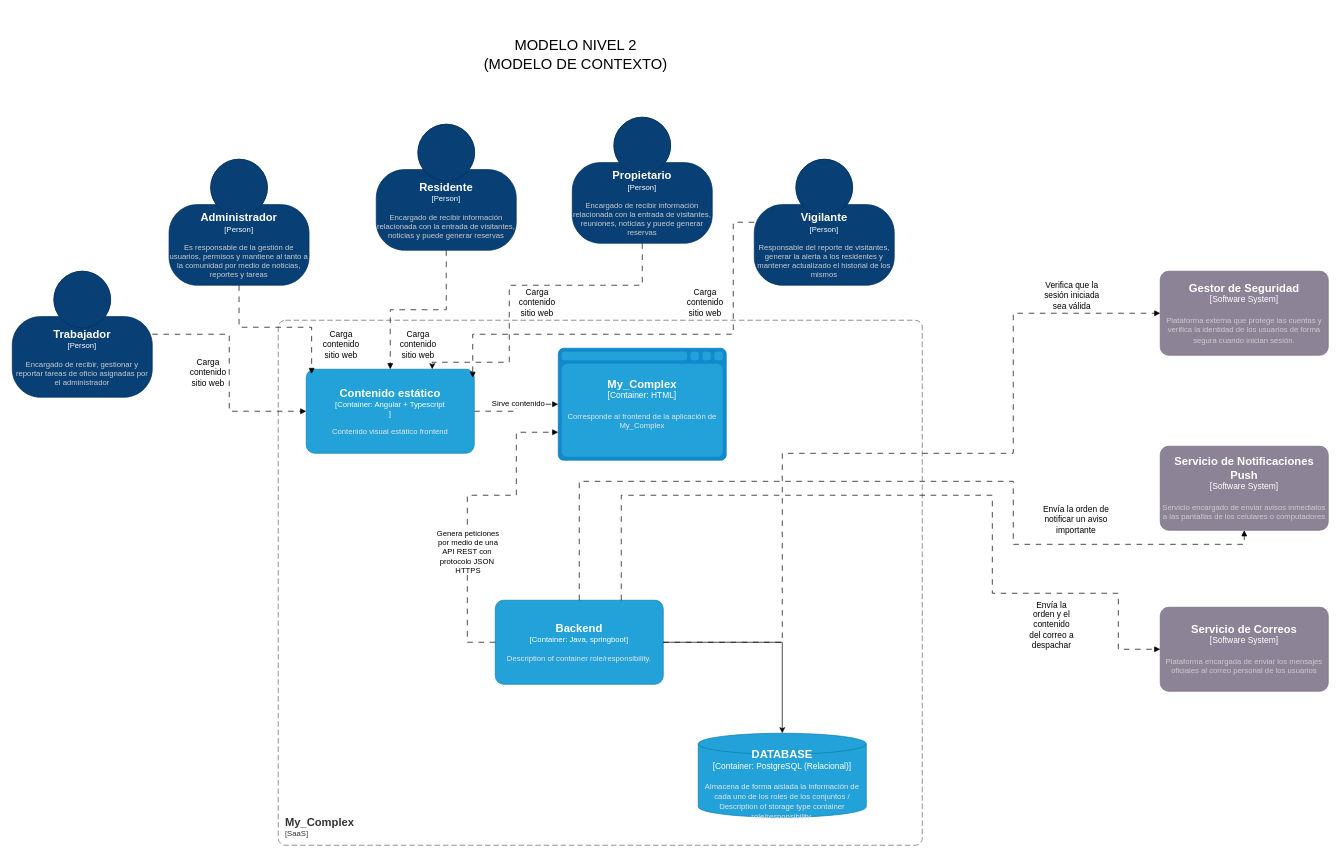
Earlier version of the draw.io diagram Modelo_de_contexto2.drawio (3st3b4nR/Documentacion_My_Complex). Source tidied: cells renumbered, new cells numbered last; positions are measured from the earlier drawing's top-left corner, leaving out a move shared by most shapes. Both pictures are drawn from the tidied source at 70%, with x=0, y=0 at pixel (12, 12).
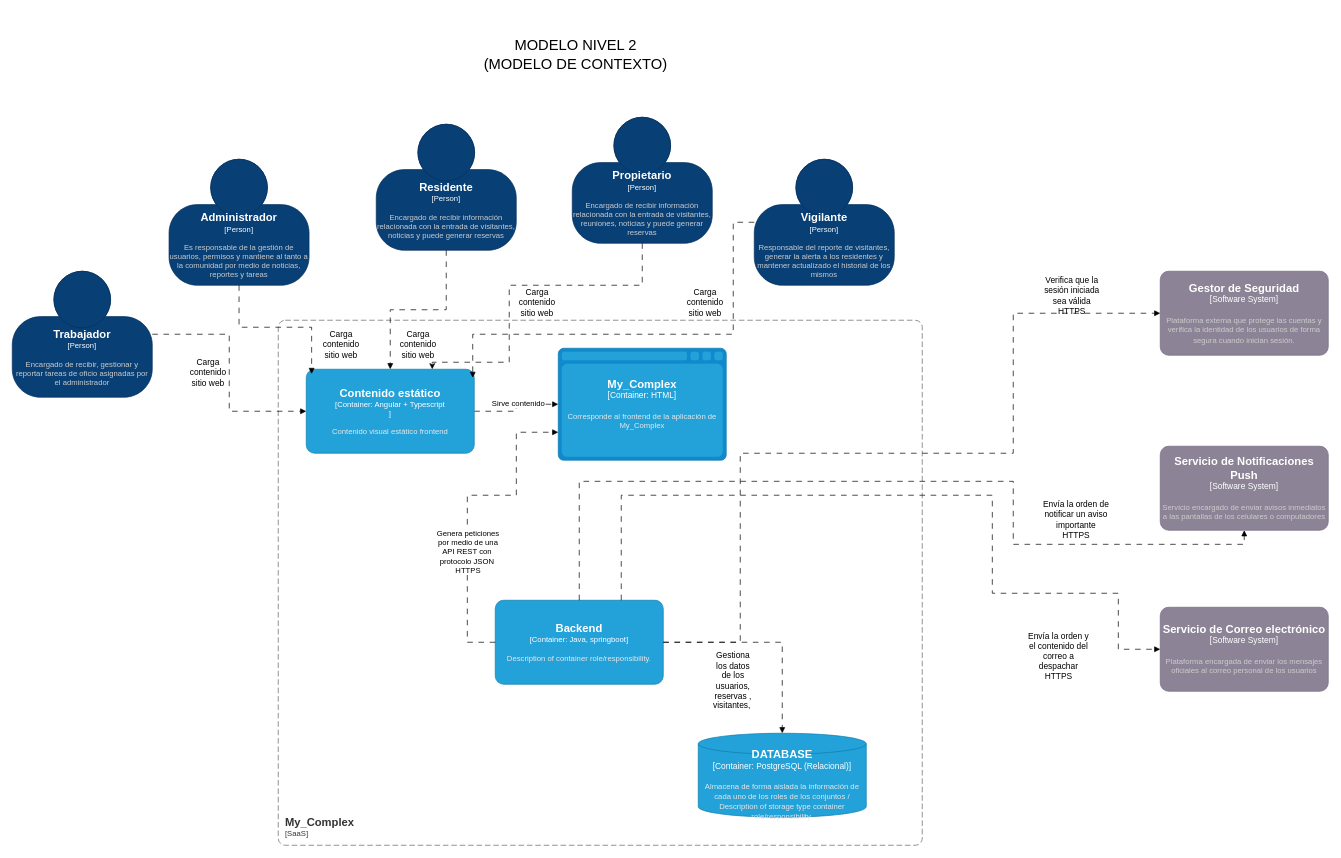
After the change.

Commit message (it also covers changes not shown here):
METODOS HTTPS

The change refers to these unchanged cells:
```xml
<object id="8" label="&lt;font style=&quot;font-size: 16px&quot;&gt;&lt;b&gt;%c4Name%&lt;/b&gt;&lt;/font&gt;&lt;div&gt;[%c4Type%: %c4Technology%]&lt;/div&gt;&lt;br&gt;&lt;div&gt;&lt;font style=&quot;font-size: 11px&quot;&gt;&lt;font color=&quot;#E6E6E6&quot;&gt;%c4Description%&lt;/font&gt;&lt;/div&gt;" c4Description="Description of container role/responsibility." c4Name="Backend" c4Technology="Java, springboot" c4Type="Container" placeholders="1">
  <mxCell style="rounded=1;whiteSpace=wrap;html=1;fontSize=11;labelBackgroundColor=none;fillColor=#23A2D9;fontColor=#ffffff;align=center;arcSize=10;strokeColor=#0E7DAD;points=[[0.25,0,0],[0.5,0,0],[0.75,0,0],[1,0.25,0],[1,0.5,0],[1,0.75,0],[0.75,1,0],[0.5,1,0],[0.25,1,0],[0,0.75,0],[0,0.5,0],[0,0.25,0]];" parent="1" vertex="1">
    <mxGeometry x="690" y="840" width="240" height="120" as="geometry" />
  </mxCell>
</object>
<object id="11" label="&lt;font style=&quot;font-size: 16px&quot;&gt;&lt;b&gt;%c4Name%&lt;/b&gt;&lt;/font&gt;&lt;div&gt;[%c4Type%:&amp;nbsp;%c4Technology%]&lt;/div&gt;&lt;br&gt;&lt;div&gt;&lt;font style=&quot;font-size: 11px&quot;&gt;&lt;font color=&quot;#E6E6E6&quot;&gt;%c4Description%&lt;/font&gt;&lt;/div&gt;" c4Description="Almacena de forma aislada la información de cada uno de los roles de los conjuntos / Description of storage type container role/responsibility." c4Name="DATABASE" c4Technology="PostgreSQL (Relacional)" c4Type="Container" placeholders="1">
  <mxCell style="shape=cylinder3;size=15;whiteSpace=wrap;html=1;boundedLbl=1;rounded=0;labelBackgroundColor=none;fillColor=#23A2D9;fontSize=12;fontColor=#ffffff;align=center;strokeColor=#0E7DAD;points=[[0.5,0,0],[1,0.25,0],[1,0.5,0],[1,0.75,0],[0.5,1,0],[0,0.75,0],[0,0.5,0],[0,0.25,0]];" parent="1" vertex="1">
    <mxGeometry x="980" y="1030" width="240" height="120" as="geometry" />
  </mxCell>
</object>
<object id="19" label="&lt;font style=&quot;font-size: 16px&quot;&gt;&lt;b&gt;%c4Name%&lt;/b&gt;&lt;/font&gt;&lt;div&gt;[%c4Type%]&lt;/div&gt;&lt;br&gt;&lt;div&gt;&lt;font style=&quot;font-size: 11px&quot;&gt;&lt;font color=&quot;#cccccc&quot;&gt;%c4Description%&lt;/font&gt;&lt;/div&gt;" c4Description="Plataforma externa que protege las cuentas y verifica la identidad de los usuarios de forma segura cuando inician sesión." c4Name="Gestor de Seguridad" c4Type="Software System" placeholders="1">
  <mxCell style="rounded=1;whiteSpace=wrap;html=1;labelBackgroundColor=none;fillColor=#8C8496;fontColor=#ffffff;align=center;arcSize=10;strokeColor=#736782;points=[[0.25,0,0],[0.5,0,0],[0.75,0,0],[1,0.25,0],[1,0.5,0],[1,0.75,0],[0.75,1,0],[0.5,1,0],[0.25,1,0],[0,0.75,0],[0,0.5,0],[0,0.25,0]];" parent="1" vertex="1">
    <mxGeometry x="1640" y="370" width="240" height="120" as="geometry" />
  </mxCell>
</object>
```

The edit, as a diff of the source:
```diff
@@
-    <mxCell id="12" style="edgeStyle=orthogonalEdgeStyle;rounded=0;jettySize=auto;html=1;entryX=0.5;entryY=0;entryDx=0;entryDy=0;entryPerimeter=0;" parent="1" edge="1" source="8" target="11">
+    <mxCell id="12" style="edgeStyle=orthogonalEdgeStyle;rounded=0;jettySize=auto;html=1;entryX=0.5;entryY=0;entryDx=0;entryDy=0;entryPerimeter=0;dashed=1;dashPattern=8 8;endArrow=block;endFill=1;" parent="1" edge="1" source="8" target="11">
       <mxGeometry relative="1" as="geometry" />
     </mxCell>
@@
     <mxCell id="20" style="edgeStyle=orthogonalEdgeStyle;rounded=0;jettySize=auto;html=1;entryX=0;entryY=0.5;entryDx=0;entryDy=0;entryPerimeter=0;dashed=1;dashPattern=8 8;endArrow=block;endFill=1;" parent="1" edge="1" source="8" target="19">
       <mxGeometry relative="1" as="geometry">
         <Array as="points">
-          <mxPoint x="1100" y="630.1" />
-          <mxPoint x="1430" y="630.1" />
-          <mxPoint x="1430" y="430.1" />
+          <mxPoint x="1040" y="900" />
+          <mxPoint x="1040" y="630" />
+          <mxPoint x="1430" y="630" />
+          <mxPoint x="1430" y="430" />
         </Array>
       </mxGeometry>
     </mxCell>
-    <mxCell id="21" value="Verifica que la sesión iniciada sea válida" style="text;html=1;whiteSpace=wrap;strokeColor=none;fillColor=none;align=center;verticalAlign=middle;rounded=0;" parent="1" vertex="1">
+    <mxCell id="21" value="Verifica que la sesión iniciada sea válida&lt;div&gt;HTTPS&lt;/div&gt;" style="text;html=1;whiteSpace=wrap;strokeColor=none;fillColor=none;align=center;verticalAlign=middle;rounded=0;" parent="1" vertex="1">
       <mxGeometry x="1464" y="390" width="100" height="30" as="geometry" />
     </mxCell>
@@
-    <object id="23" label="&lt;font style=&quot;font-size: 16px&quot;&gt;&lt;b&gt;%c4Name%&lt;/b&gt;&lt;/font&gt;&lt;div&gt;[%c4Type%]&lt;/div&gt;&lt;br&gt;&lt;div&gt;&lt;font style=&quot;font-size: 11px&quot;&gt;&lt;font color=&quot;#cccccc&quot;&gt;%c4Description%&lt;/font&gt;&lt;/div&gt;" c4Description="Plataforma encargada de enviar los mensajes oficiales al correo personal de los usuarios" c4Name="Servicio de Correos" c4Type="Software System" placeholders="1">
+    <object id="23" label="&lt;font style=&quot;font-size: 16px&quot;&gt;&lt;b&gt;%c4Name%&lt;/b&gt;&lt;/font&gt;&lt;div&gt;[%c4Type%]&lt;/div&gt;&lt;br&gt;&lt;div&gt;&lt;font style=&quot;font-size: 11px&quot;&gt;&lt;font color=&quot;#cccccc&quot;&gt;%c4Description%&lt;/font&gt;&lt;/div&gt;" c4Description="Plataforma encargada de enviar los mensajes oficiales al correo personal de los usuarios" c4Name="Servicio de Correo electrónico" c4Type="Software System" placeholders="1">
       <mxCell style="rounded=1;whiteSpace=wrap;html=1;labelBackgroundColor=none;fillColor=#8C8496;fontColor=#ffffff;align=center;arcSize=10;strokeColor=#736782;points=[[0.25,0,0],[0.5,0,0],[0.75,0,0],[1,0.25,0],[1,0.5,0],[1,0.75,0],[0.75,1,0],[0.5,1,0],[0.25,1,0],[0,0.75,0],[0,0.5,0],[0,0.25,0]];" parent="1" vertex="1">
         <mxGeometry x="1640" y="850" width="240" height="120" as="geometry" />
       </mxCell>
     </object>
@@
-    <mxCell id="25" value="Envía la orden de notificar un aviso importante" style="text;html=1;whiteSpace=wrap;strokeColor=none;fillColor=none;align=center;verticalAlign=middle;rounded=0;" parent="1" vertex="1">
+    <mxCell id="25" value="Envía la orden de notificar un aviso importante&lt;div&gt;HTTPS&lt;/div&gt;" style="text;html=1;whiteSpace=wrap;strokeColor=none;fillColor=none;align=center;verticalAlign=middle;rounded=0;" parent="1" vertex="1">
       <mxGeometry x="1460" y="710" width="120" height="30" as="geometry" />
     </mxCell>
@@
-    <mxCell id="27" value="Envía la orden y el contenido del correo a despachar" style="text;html=1;whiteSpace=wrap;strokeColor=none;fillColor=none;align=center;verticalAlign=middle;rounded=0;" parent="1" vertex="1">
-      <mxGeometry x="1450" y="860" width="70" height="30" as="geometry" />
+    <mxCell id="27" value="Envía la orden y el contenido del correo a despachar&lt;br&gt;&lt;div&gt;HTTPS&lt;/div&gt;" style="text;html=1;whiteSpace=wrap;strokeColor=none;fillColor=none;align=center;verticalAlign=middle;rounded=0;" parent="1" vertex="1">
+      <mxGeometry x="1450" y="860" width="90" height="120" as="geometry" />
     </mxCell>
@@
+    <mxCell id="38" value="Gestiona los datos de los usuarios, reservas , visitantes,&amp;nbsp;" style="text;html=1;whiteSpace=wrap;strokeColor=none;fillColor=none;align=center;verticalAlign=middle;rounded=0;" parent="1" vertex="1">
+      <mxGeometry x="1000" y="940" width="60" height="30" as="geometry" />
+    </mxCell>
```
